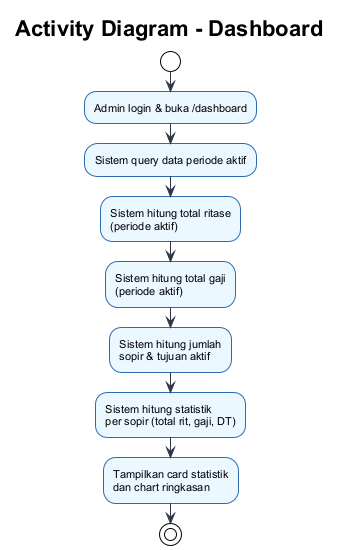
riandafatur28/sidigas-gaji-sopir-truck keeps this PlantUML diagram as docs/activity-diagram-dashboard.png. Above is the earlier version.
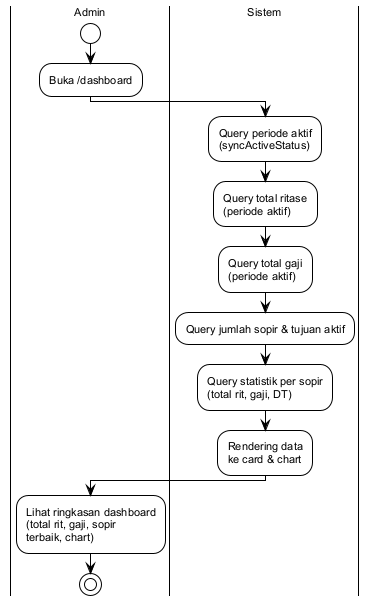
The same file after the commit.

What changed in the source:
```diff
@@ -3,20 +3,21 @@
 skinparam backgroundColor #ffffff
 skinparam defaultFontSize 11
 skinparam defaultFontName Arial
-skinparam activityBorderColor #2b6cb0
-skinparam activityBackgroundColor #ebf8ff
-skinparam arrowColor #2d3748
 
-title **Activity Diagram - Dashboard**
+|Admin|
+start
+:Buka /dashboard;
 
-start
-:Admin login & buka /dashboard;
-:Sistem query data periode aktif;
-:Sistem hitung total ritase\n(periode aktif);
-:Sistem hitung total gaji\n(periode aktif);
-:Sistem hitung jumlah\nsopir & tujuan aktif;
-:Sistem hitung statistik\nper sopir (total rit, gaji, DT);
-:Tampilkan card statistik\ndan chart ringkasan;
+|Sistem|
+:Query periode aktif\n(syncActiveStatus);
+:Query total ritase\n(periode aktif);
+:Query total gaji\n(periode aktif);
+:Query jumlah sopir & tujuan aktif;
+:Query statistik per sopir\n(total rit, gaji, DT);
+:Rendering data\nke card & chart;
+
+|Admin|
+:Lihat ringkasan dashboard\n(total rit, gaji, sopir\nterbaik, chart);
 stop
 
 @enduml
```
